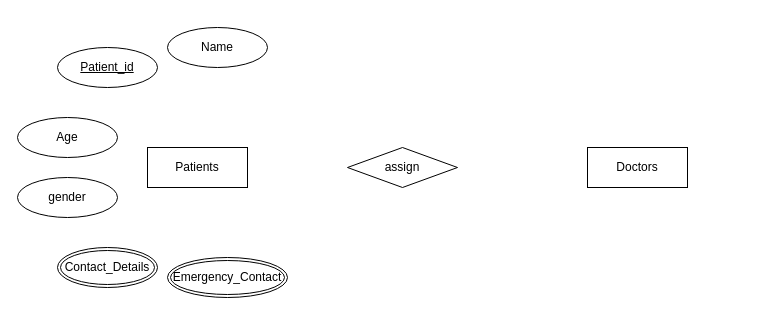
Before: Untitled Diagram.drawio in Dineshi260/JavaFX-FinalCourseWork, a draw.io diagram. Source tidied: cells renumbered, new cells numbered last; positions are measured from the earlier drawing's top-left corner, leaving out a move shared by most shapes. Both pictures are drawn from the tidied source at 100%, with x=0, y=0 at pixel (17, 27).
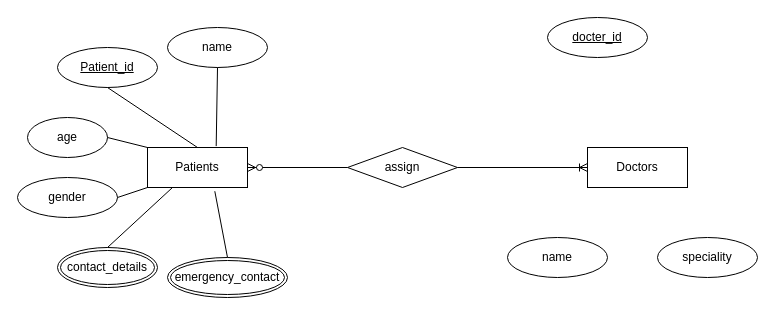
The same diagram, later.

Unchanged cells that the change refers to:
```xml
<mxCell id="2" value="Patients" style="whiteSpace=wrap;html=1;align=center;" parent="1" vertex="1">
  <mxGeometry x="130" y="120" width="100" height="40" as="geometry" />
</mxCell>
<mxCell id="3" value="Doctors" style="whiteSpace=wrap;html=1;align=center;" parent="1" vertex="1">
  <mxGeometry x="570" y="120" width="100" height="40" as="geometry" />
</mxCell>
<mxCell id="4" value="assign" style="shape=rhombus;perimeter=rhombusPerimeter;whiteSpace=wrap;html=1;align=center;" parent="1" vertex="1">
  <mxGeometry x="330" y="120" width="110" height="40" as="geometry" />
</mxCell>
<mxCell id="7" value="gender" style="ellipse;whiteSpace=wrap;html=1;align=center;" parent="1" vertex="1">
  <mxGeometry y="150" width="100" height="40" as="geometry" />
</mxCell>
<mxCell id="10" value="Patient_id" style="ellipse;whiteSpace=wrap;html=1;align=center;fontStyle=4;" parent="1" vertex="1">
  <mxGeometry x="40" y="20" width="100" height="40" as="geometry" />
</mxCell>
```

Diff of the diagram source:
```diff
@@
-    <mxCell id="5" value="Name" style="ellipse;whiteSpace=wrap;html=1;align=center;" parent="1" vertex="1">
+    <mxCell id="5" value="name" style="ellipse;whiteSpace=wrap;html=1;align=center;" parent="1" vertex="1">
       <mxGeometry x="150" width="100" height="40" as="geometry" />
     </mxCell>
-    <mxCell id="6" value="Age" style="ellipse;whiteSpace=wrap;html=1;align=center;" parent="1" vertex="1">
-      <mxGeometry y="90" width="100" height="40" as="geometry" />
+    <mxCell id="6" value="age" style="ellipse;whiteSpace=wrap;html=1;align=center;" parent="1" vertex="1">
+      <mxGeometry x="10" y="90" width="80" height="40" as="geometry" />
     </mxCell>
@@
-    <mxCell id="8" value="Contact_Details" style="ellipse;shape=doubleEllipse;margin=3;whiteSpace=wrap;html=1;align=center;" parent="1" vertex="1">
+    <mxCell id="8" value="contact_details" style="ellipse;shape=doubleEllipse;margin=3;whiteSpace=wrap;html=1;align=center;" parent="1" vertex="1">
       <mxGeometry x="40" y="220" width="100" height="40" as="geometry" />
     </mxCell>
-    <mxCell id="9" value="Emergency_Contact" style="ellipse;shape=doubleEllipse;margin=3;whiteSpace=wrap;html=1;align=center;" parent="1" vertex="1">
+    <mxCell id="9" value="emergency_contact" style="ellipse;shape=doubleEllipse;margin=3;whiteSpace=wrap;html=1;align=center;" parent="1" vertex="1">
       <mxGeometry x="150" y="230" width="120" height="40" as="geometry" />
     </mxCell>
@@
+    <mxCell id="11" style="fontSize=12;html=1;endArrow=ERoneToMany;rounded=0;entryX=0;entryY=0.5;entryDx=0;entryDy=0;exitX=1;exitY=0.5;exitDx=0;exitDy=0;" parent="1" edge="1" source="4" target="3">
+      <mxGeometry relative="1" as="geometry" />
+    </mxCell>
+    <mxCell id="12" style="fontSize=12;html=1;endArrow=ERzeroToMany;endFill=1;rounded=0;entryX=1;entryY=0.5;entryDx=0;entryDy=0;exitX=0;exitY=0.5;exitDx=0;exitDy=0;" parent="1" edge="1" source="4" target="2">
+      <mxGeometry relative="1" as="geometry" />
+    </mxCell>
+    <mxCell id="13" style="endArrow=none;html=1;rounded=0;exitX=0.5;exitY=1;exitDx=0;exitDy=0;entryX=0.687;entryY=-0.034;entryDx=0;entryDy=0;entryPerimeter=0;" parent="1" edge="1" source="5" target="2">
+      <mxGeometry relative="1" as="geometry" />
+    </mxCell>
+    <mxCell id="14" style="endArrow=none;html=1;rounded=0;exitX=0.5;exitY=1;exitDx=0;exitDy=0;entryX=0.5;entryY=0;entryDx=0;entryDy=0;" parent="1" edge="1" source="10" target="2">
+      <mxGeometry relative="1" as="geometry" />
+    </mxCell>
+    <mxCell id="15" style="endArrow=none;html=1;rounded=0;exitX=1;exitY=0.5;exitDx=0;exitDy=0;entryX=0;entryY=0;entryDx=0;entryDy=0;" parent="1" edge="1" source="6" target="2">
+      <mxGeometry relative="1" as="geometry" />
+    </mxCell>
+    <mxCell id="16" style="endArrow=none;html=1;rounded=0;exitX=1;exitY=0.5;exitDx=0;exitDy=0;entryX=0;entryY=1;entryDx=0;entryDy=0;" parent="1" edge="1" source="7" target="2">
+      <mxGeometry relative="1" as="geometry" />
+    </mxCell>
+    <mxCell id="17" style="endArrow=none;html=1;rounded=0;exitX=0.5;exitY=0;exitDx=0;exitDy=0;entryX=0.25;entryY=1;entryDx=0;entryDy=0;" parent="1" edge="1" source="8" target="2">
+      <mxGeometry relative="1" as="geometry" />
+    </mxCell>
+    <mxCell id="18" style="endArrow=none;html=1;rounded=0;exitX=0.5;exitY=0;exitDx=0;exitDy=0;entryX=0.673;entryY=1.093;entryDx=0;entryDy=0;entryPerimeter=0;" parent="1" edge="1" source="9" target="2">
+      <mxGeometry relative="1" as="geometry" />
+    </mxCell>
+    <mxCell id="19" value="docter_id" style="ellipse;whiteSpace=wrap;html=1;align=center;fontStyle=4;" parent="1" vertex="1">
+      <mxGeometry x="530" y="-10" width="100" height="40" as="geometry" />
+    </mxCell>
+    <mxCell id="20" value="name" style="ellipse;whiteSpace=wrap;html=1;align=center;" parent="1" vertex="1">
+      <mxGeometry x="490" y="210" width="100" height="40" as="geometry" />
+    </mxCell>
+    <mxCell id="21" value="speciality" style="ellipse;whiteSpace=wrap;html=1;align=center;" parent="1" vertex="1">
+      <mxGeometry x="640" y="210" width="100" height="40" as="geometry" />
+    </mxCell>
```
